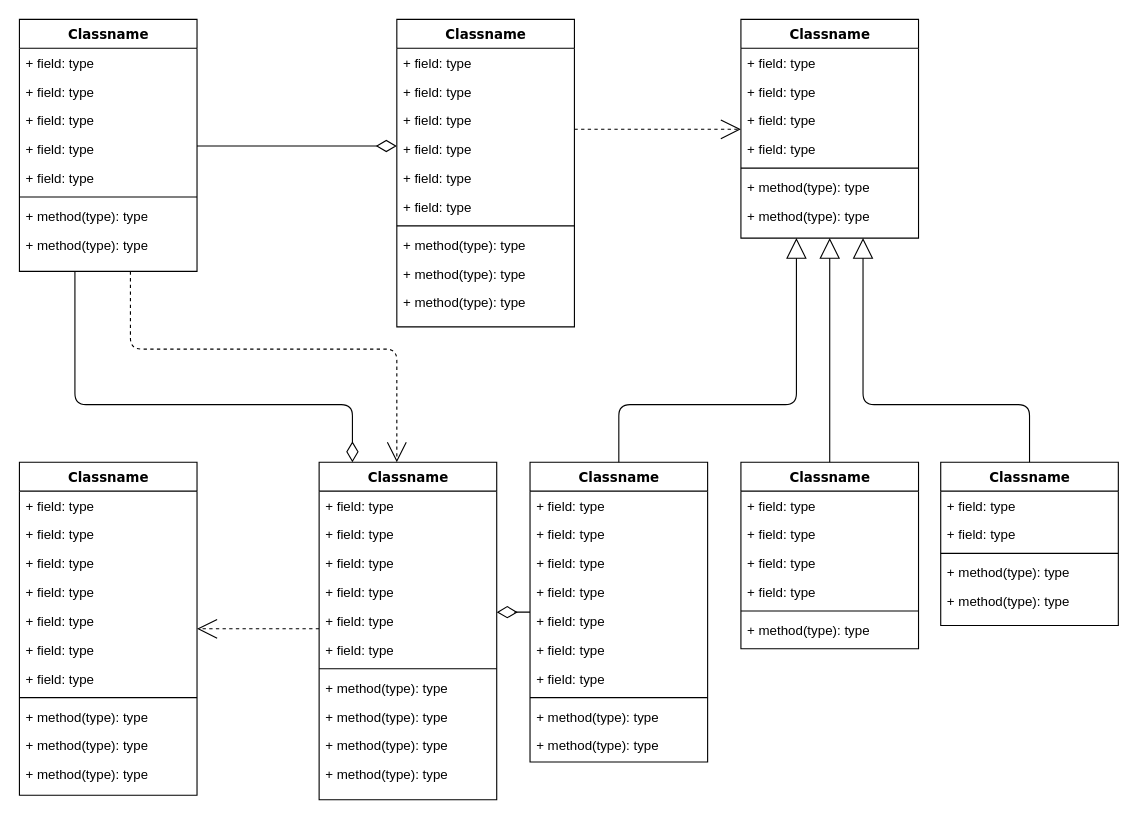
Before: Untitled Diagram.drawio in HFMIRE/To-do-list, a draw.io diagram. Source tidied: cells renumbered, new cells numbered last; positions are measured from the earlier drawing's top-left corner, leaving out a move shared by most shapes. Both pictures are drawn from the tidied source at 111%, with x=0, y=0 at pixel (19, 19).
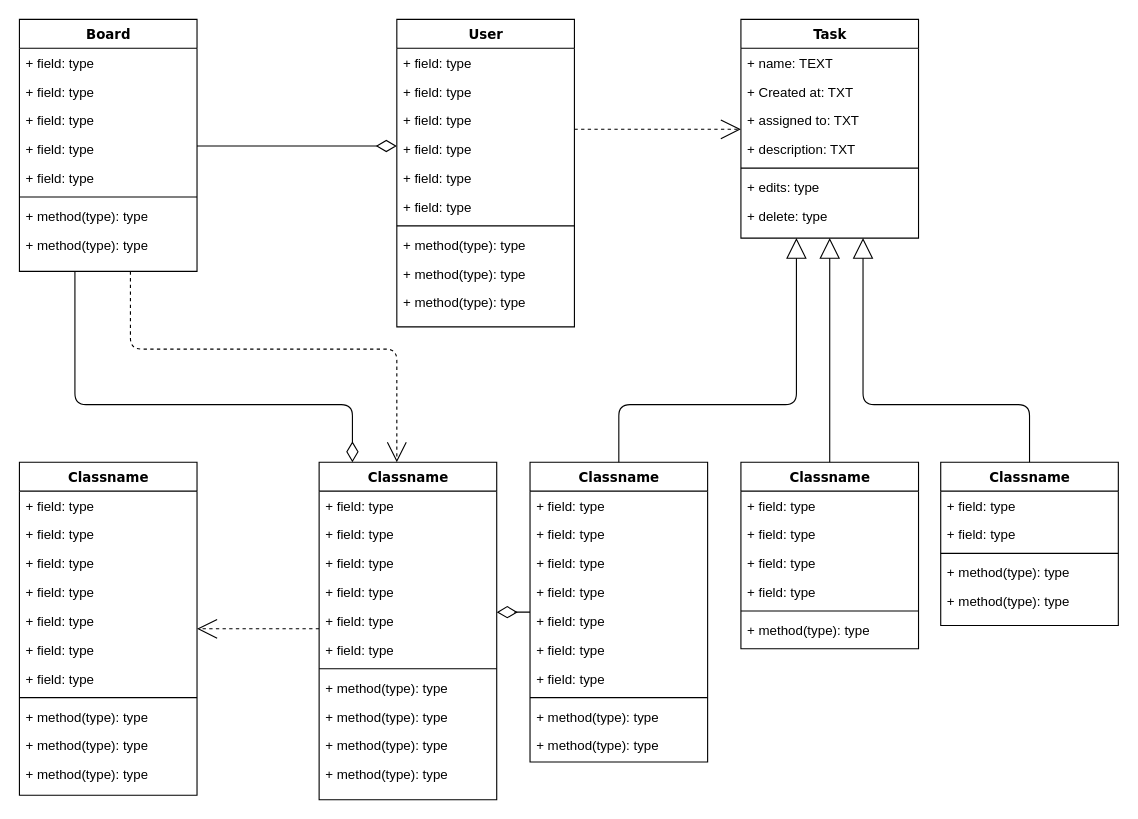
Above is the later version.

Change to the diagram source:
```diff
@@
-    <mxCell id="4" value="Classname" style="swimlane;html=1;fontStyle=1;align=center;verticalAlign=top;horizontal=1;startSize=26;swimlaneFillColor=#ffffff;rounded=0;shadow=0;comic=0;labelBackgroundColor=none;strokeWidth=1;fillColor=none;fontFamily=Verdana;fontSize=12;" parent="1" vertex="1">
+    <mxCell id="4" value="Board" style="swimlane;html=1;fontStyle=1;align=center;verticalAlign=top;horizontal=1;startSize=26;swimlaneFillColor=#ffffff;rounded=0;shadow=0;comic=0;labelBackgroundColor=none;strokeWidth=1;fillColor=none;fontFamily=Verdana;fontSize=12;" parent="1" vertex="1">
       <mxGeometry width="160" height="227" as="geometry" />
     </mxCell>
@@
-    <mxCell id="14" value="Classname" style="swimlane;html=1;fontStyle=1;align=center;verticalAlign=top;horizontal=1;startSize=26;swimlaneFillColor=#ffffff;rounded=0;shadow=0;comic=0;labelBackgroundColor=none;strokeWidth=1;fillColor=none;fontFamily=Verdana;fontSize=12;" parent="1" vertex="1">
+    <mxCell id="14" value="User" style="swimlane;html=1;fontStyle=1;align=center;verticalAlign=top;horizontal=1;startSize=26;swimlaneFillColor=#ffffff;rounded=0;shadow=0;comic=0;labelBackgroundColor=none;strokeWidth=1;fillColor=none;fontFamily=Verdana;fontSize=12;" parent="1" vertex="1">
       <mxGeometry x="340" width="160" height="277" as="geometry" />
     </mxCell>
@@
-    <mxCell id="25" value="Classname" style="swimlane;html=1;fontStyle=1;align=center;verticalAlign=top;horizontal=1;startSize=26;swimlaneFillColor=#ffffff;rounded=0;shadow=0;comic=0;labelBackgroundColor=none;strokeWidth=1;fillColor=none;fontFamily=Verdana;fontSize=12;" parent="1" vertex="1">
+    <mxCell id="25" value="Task" style="swimlane;html=1;fontStyle=1;align=center;verticalAlign=top;horizontal=1;startSize=26;swimlaneFillColor=#ffffff;rounded=0;shadow=0;comic=0;labelBackgroundColor=none;strokeWidth=1;fillColor=none;fontFamily=Verdana;fontSize=12;" parent="1" vertex="1">
       <mxGeometry x="650" width="160" height="197" as="geometry" />
     </mxCell>
-    <mxCell id="26" value="+ field: type" style="text;html=1;strokeColor=none;fillColor=none;align=left;verticalAlign=top;spacingLeft=4;spacingRight=4;whiteSpace=wrap;overflow=hidden;" parent="25" vertex="1">
+    <mxCell id="26" value="+ name: TEXT" style="text;html=1;strokeColor=none;fillColor=none;align=left;verticalAlign=top;spacingLeft=4;spacingRight=4;whiteSpace=wrap;overflow=hidden;" parent="25" vertex="1">
       <mxGeometry y="26" width="160" height="26" as="geometry" />
     </mxCell>
-    <mxCell id="27" value="+ field: type" style="text;html=1;strokeColor=none;fillColor=none;align=left;verticalAlign=top;spacingLeft=4;spacingRight=4;whiteSpace=wrap;overflow=hidden;" parent="25" vertex="1">
+    <mxCell id="27" value="+ Created at: TXT" style="text;html=1;strokeColor=none;fillColor=none;align=left;verticalAlign=top;spacingLeft=4;spacingRight=4;whiteSpace=wrap;overflow=hidden;" parent="25" vertex="1">
       <mxGeometry y="52" width="160" height="26" as="geometry" />
     </mxCell>
-    <mxCell id="28" value="+ field: type" style="text;html=1;strokeColor=none;fillColor=none;align=left;verticalAlign=top;spacingLeft=4;spacingRight=4;whiteSpace=wrap;overflow=hidden;" parent="25" vertex="1">
+    <mxCell id="28" value="+ assigned to: TXT" style="text;html=1;strokeColor=none;fillColor=none;align=left;verticalAlign=top;spacingLeft=4;spacingRight=4;whiteSpace=wrap;overflow=hidden;" parent="25" vertex="1">
       <mxGeometry y="78" width="160" height="26" as="geometry" />
     </mxCell>
-    <mxCell id="29" value="+ field: type" style="text;html=1;strokeColor=none;fillColor=none;align=left;verticalAlign=top;spacingLeft=4;spacingRight=4;whiteSpace=wrap;overflow=hidden;" parent="25" vertex="1">
+    <mxCell id="29" value="+ description: TXT" style="text;html=1;strokeColor=none;fillColor=none;align=left;verticalAlign=top;spacingLeft=4;spacingRight=4;whiteSpace=wrap;overflow=hidden;" parent="25" vertex="1">
       <mxGeometry y="104" width="160" height="26" as="geometry" />
     </mxCell>
@@
-    <mxCell id="31" value="+ method(type): type" style="text;html=1;strokeColor=none;fillColor=none;align=left;verticalAlign=top;spacingLeft=4;spacingRight=4;whiteSpace=wrap;overflow=hidden;" parent="25" vertex="1">
+    <mxCell id="31" value="+ edits: type" style="text;html=1;strokeColor=none;fillColor=none;align=left;verticalAlign=top;spacingLeft=4;spacingRight=4;whiteSpace=wrap;overflow=hidden;" parent="25" vertex="1">
       <mxGeometry y="138" width="160" height="26" as="geometry" />
     </mxCell>
-    <mxCell id="32" value="+ method(type): type" style="text;html=1;strokeColor=none;fillColor=none;align=left;verticalAlign=top;spacingLeft=4;spacingRight=4;whiteSpace=wrap;overflow=hidden;" parent="25" vertex="1">
+    <mxCell id="32" value="+ delete: type" style="text;html=1;strokeColor=none;fillColor=none;align=left;verticalAlign=top;spacingLeft=4;spacingRight=4;whiteSpace=wrap;overflow=hidden;" parent="25" vertex="1">
       <mxGeometry y="164" width="160" height="26" as="geometry" />
     </mxCell>
```
